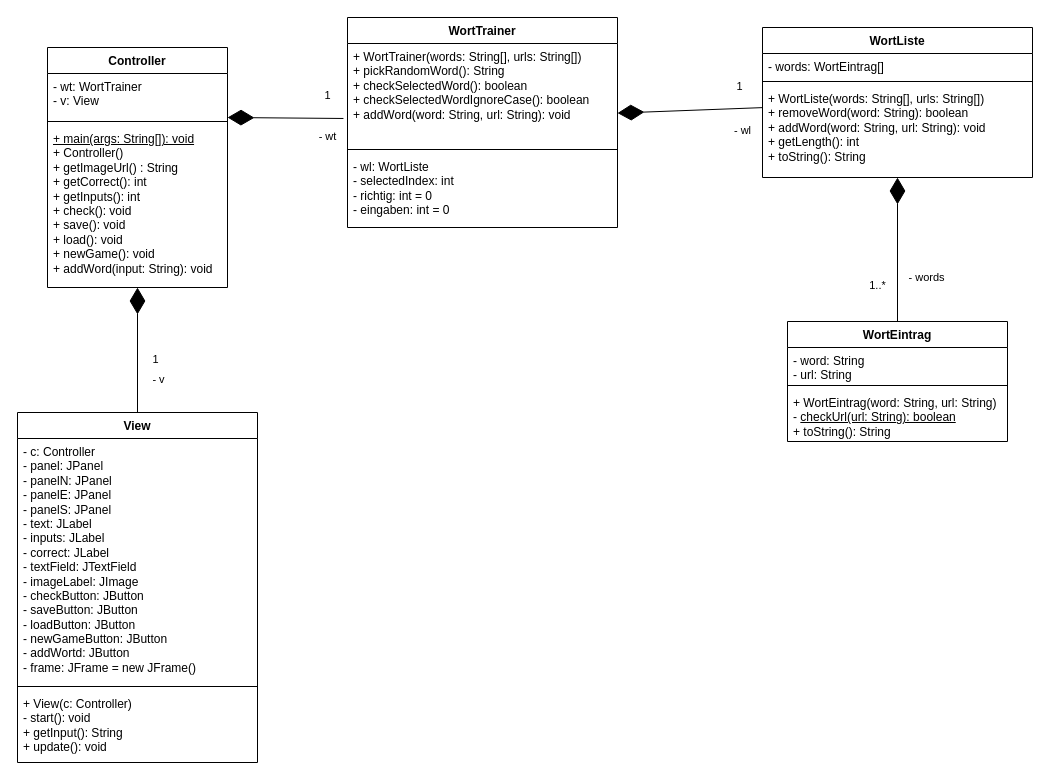
The draw.io diagram doc/worttrainer.drawio in TGM-HIT/sew9-2425-worttrainer-czlabinger, before the edit. Source tidied: cells renumbered, new cells numbered last; positions are measured from the earlier drawing's top-left corner, leaving out a move shared by most shapes. Both pictures are drawn from the tidied source at 100%, with x=0, y=0 at pixel (17, 17).
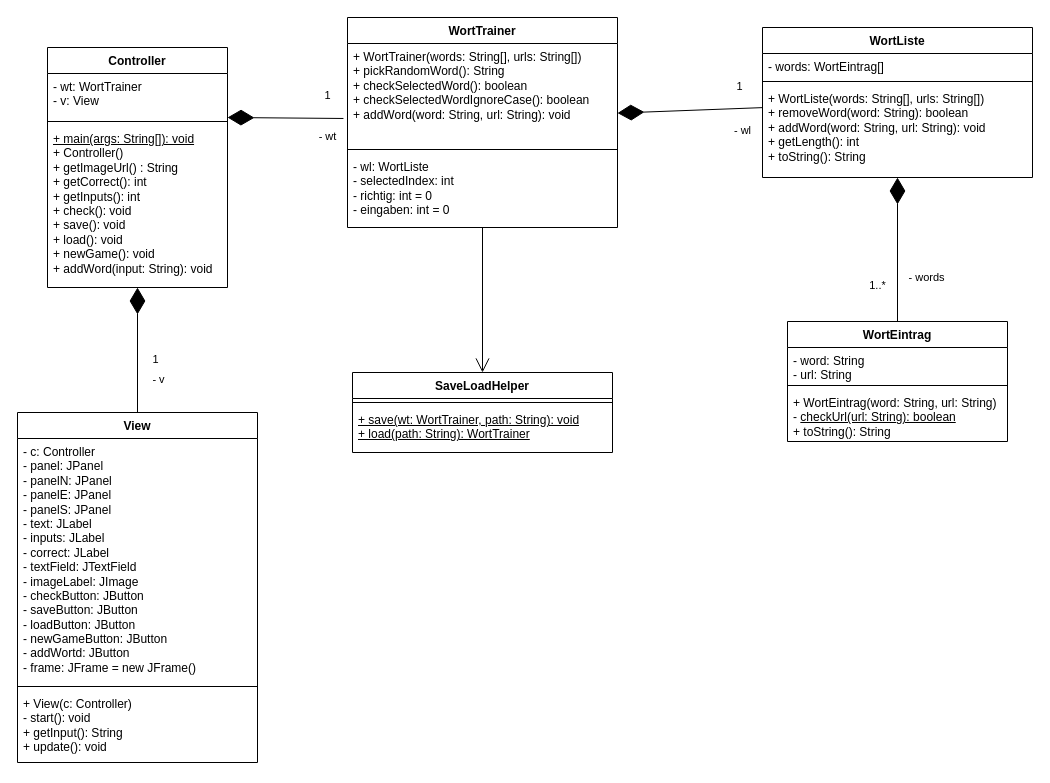
Above is the later version.

Commit message (it also covers changes not shown here):
Added uml for saveloadhelper

The change refers to these unchanged cells:
```xml
<mxCell id="5" value="&lt;div&gt;- wl: WortListe&lt;/div&gt;&lt;div&gt;- selectedIndex: int&lt;/div&gt;&lt;div&gt;- richtig: int = 0&lt;/div&gt;&lt;div&gt;- eingaben: int = 0&lt;/div&gt;" style="text;strokeColor=none;fillColor=none;align=left;verticalAlign=top;spacingLeft=4;spacingRight=4;overflow=hidden;points=[[0,0.5],[1,0.5]];portConstraint=eastwest;whiteSpace=wrap;html=1;" parent="2" vertex="1">
  <mxGeometry y="136" width="270" height="74" as="geometry" />
</mxCell>
```

Diff of the diagram source:
```diff
@@
+    <mxCell id="34" value="SaveLoadHelper" style="swimlane;fontStyle=1;align=center;verticalAlign=top;horizontal=1;startSize=26;whiteSpace=wrap;html=1;" parent="1" vertex="1">
+      <mxGeometry x="335" y="355" width="260" height="80" as="geometry" />
+    </mxCell>
+    <mxCell id="35" style="line;strokeWidth=1;fillColor=none;align=left;verticalAlign=middle;spacingTop=-1;spacingLeft=3;spacingRight=3;labelPosition=right;strokeColor=inherit;" parent="34" vertex="1">
+      <mxGeometry y="26" width="260" height="8" as="geometry" />
+    </mxCell>
+    <mxCell id="36" value="&lt;u&gt;+ save(wt: WortTrainer, path: String): void&lt;/u&gt;&lt;div&gt;&lt;u&gt;+ load(path: String): WortTrainer&lt;/u&gt;&lt;/div&gt;" style="text;strokeColor=none;fillColor=none;align=left;verticalAlign=top;spacingLeft=4;spacingRight=4;overflow=hidden;whiteSpace=wrap;html=1;" parent="34" vertex="1">
+      <mxGeometry y="34" width="260" height="46" as="geometry" />
+    </mxCell>
+    <mxCell id="37" style="endArrow=open;endFill=1;endSize=12;html=1;rounded=0;entryX=0.5;entryY=0;entryDx=0;entryDy=0;" parent="1" edge="1" source="5" target="34">
+      <mxGeometry relative="1" as="geometry" />
+    </mxCell>
```
